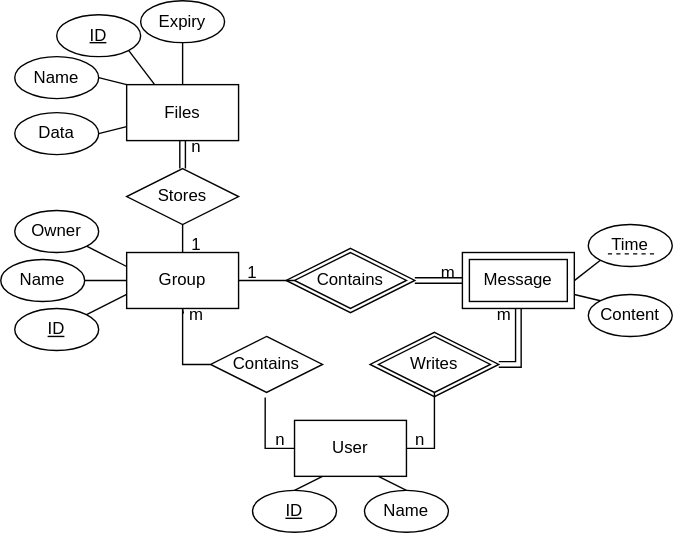
Before: ERD.svg, a diagram exported from draw.io (JoeJ1/WAD2_Group_Project). Source tidied: cells renumbered, new cells last; positions are measured from the earlier drawing's top-left corner, leaving out a move shared by most shapes.
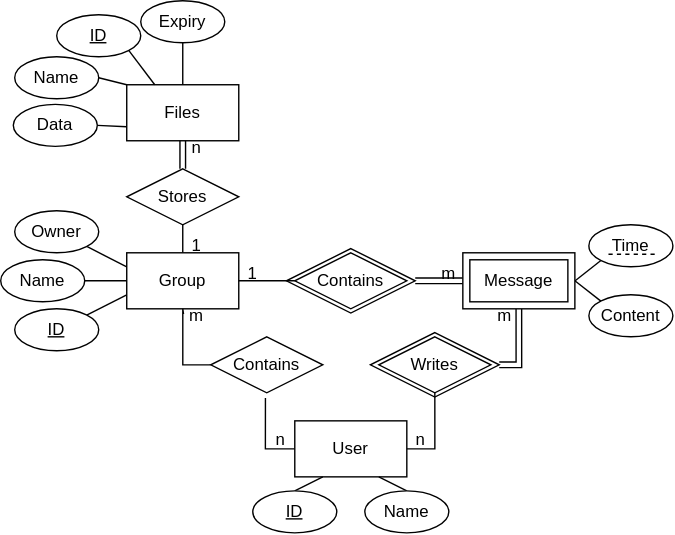
Above is the later version.

What changed in the source:
```diff
@@ -94,10 +94,8 @@
     <mxCell id="29" value="Time" style="ellipse;whiteSpace=wrap;html=1;" parent="1" vertex="1">
       <mxGeometry x="420" y="160" width="60" height="30" as="geometry" />
     </mxCell>
-    <mxCell id="30" style="edgeStyle=none;rounded=0;jettySize=auto;html=1;exitX=0;exitY=0;exitDx=0;exitDy=0;entryX=1;entryY=0.75;entryDx=0;entryDy=0;endArrow=none;endFill=0;" parent="1" edge="1" source="31">
-      <mxGeometry relative="1" as="geometry">
-        <mxPoint x="410" y="210" as="targetPoint" />
-      </mxGeometry>
+    <mxCell id="30" style="edgeStyle=none;rounded=0;jettySize=auto;html=1;exitX=0;exitY=0;exitDx=0;exitDy=0;entryX=1;entryY=0.5;entryDx=0;entryDy=0;endArrow=none;endFill=0;" parent="1" edge="1" source="31" target="49">
+      <mxGeometry relative="1" as="geometry" />
     </mxCell>
     <mxCell id="31" value="Content" style="ellipse;whiteSpace=wrap;html=1;" parent="1" vertex="1">
       <mxGeometry x="420" y="210" width="60" height="30" as="geometry" />
@@ -118,7 +116,7 @@
       <mxGeometry relative="1" as="geometry" />
     </mxCell>
     <mxCell id="37" value="Data" style="ellipse;whiteSpace=wrap;html=1;" parent="1" vertex="1">
-      <mxGeometry x="10" y="80" width="60" height="30" as="geometry" />
+      <mxGeometry x="9" y="74" width="60" height="30" as="geometry" />
     </mxCell>
     <mxCell id="38" style="edgeStyle=none;rounded=0;jettySize=auto;html=1;exitX=0.5;exitY=1;exitDx=0;exitDy=0;entryX=0.5;entryY=0;entryDx=0;entryDy=0;endArrow=none;endFill=0;" parent="1" edge="1" source="39" target="10">
       <mxGeometry relative="1" as="geometry" />
```
